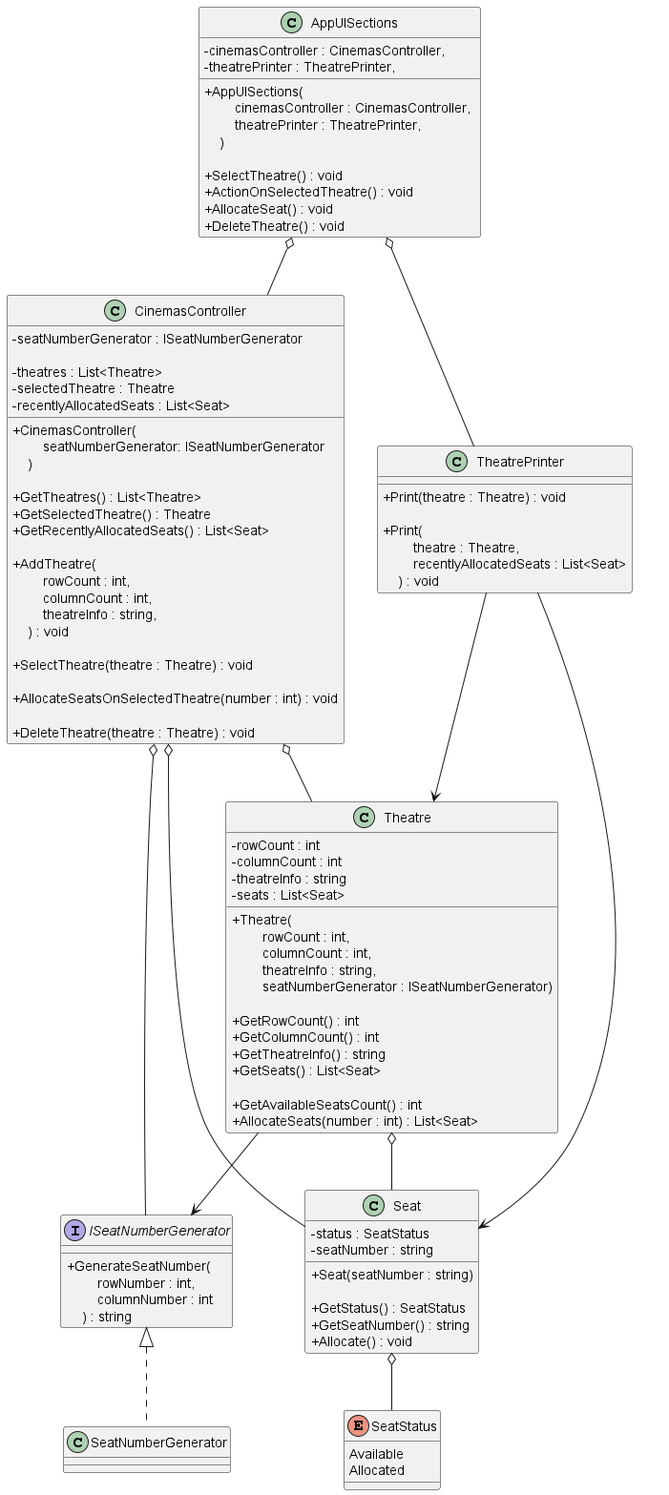
The PlantUML diagram diagrams/cinnamon cinemas.png in iamfranco/CinnamonCinemasChallenge, before a commit.
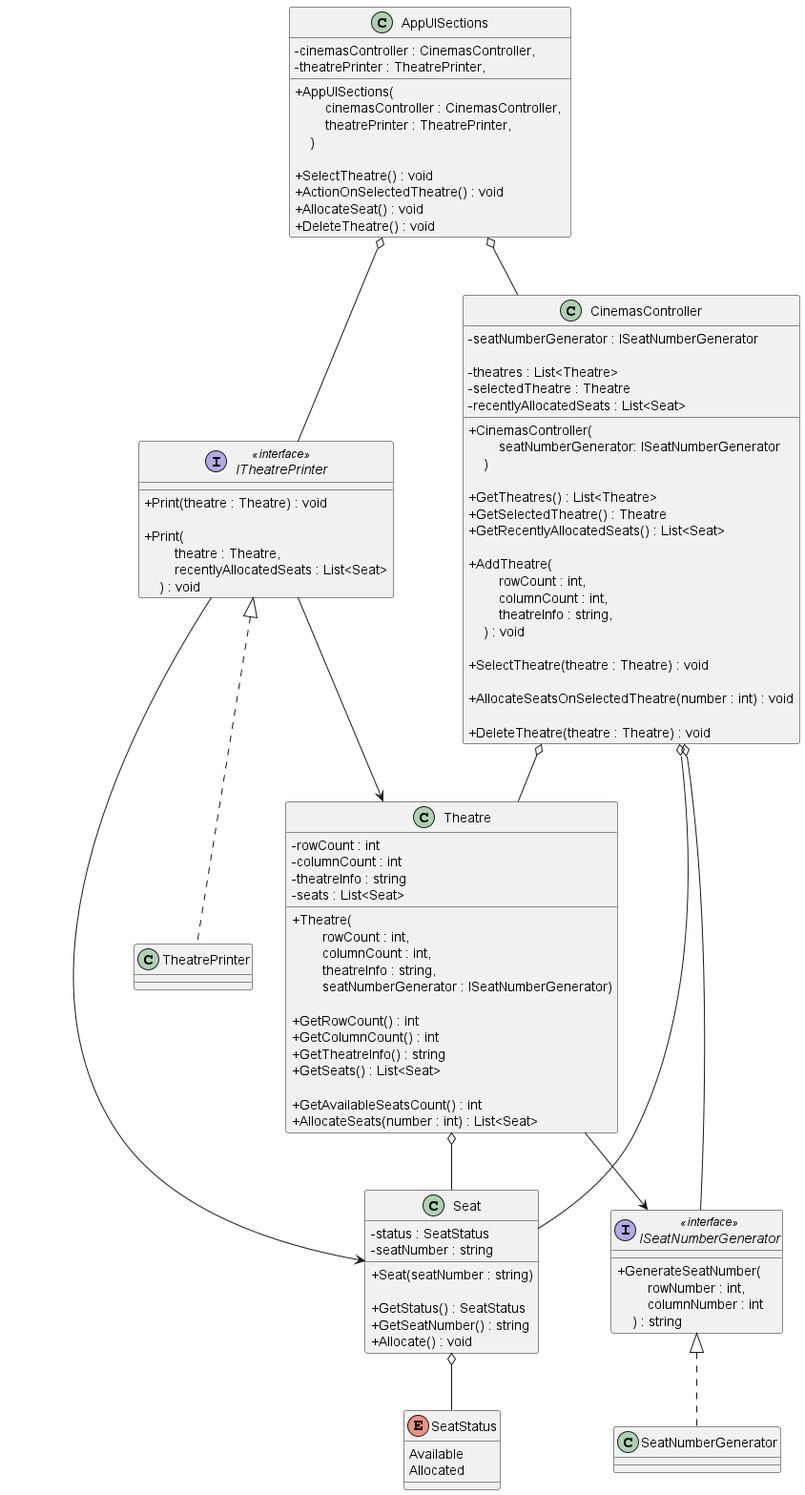
After the commit.

Commit message:
UML: add interface for TheatrePrinter

Diff of the diagram source:
```diff
@@ -13,13 +13,16 @@
     + DeleteTheatre() : void
 }
 
-class TheatrePrinter {
+interface ITheatrePrinter <<interface>> {
     + Print(theatre : Theatre) : void
 
     + Print(\n        theatre : Theatre, \n        recentlyAllocatedSeats : List<Seat>\n    ) : void
 }
 
-interface ISeatNumberGenerator {
+class TheatrePrinter {
+}
+
+interface ISeatNumberGenerator <<interface>> {
     + GenerateSeatNumber(\n        rowNumber : int, \n        columnNumber : int \n    ) : string
 }
 
@@ -82,14 +85,14 @@
 }
 
 AppUISections o-- CinemasController
-AppUISections o-- TheatrePrinter
+AppUISections o-- ITheatrePrinter
 
 CinemasController o-- Theatre
 CinemasController o--- Seat
 CinemasController o-- ISeatNumberGenerator
 
-TheatrePrinter --> Theatre
-TheatrePrinter ---> Seat
+ITheatrePrinter --> Theatre
+ITheatrePrinter ---> Seat
 
 Theatre o-- Seat
 Theatre --> ISeatNumberGenerator
@@ -98,4 +101,6 @@
 
 Seat o-- SeatStatus
 
+ITheatrePrinter <|.. TheatrePrinter
+
 @enduml
```
